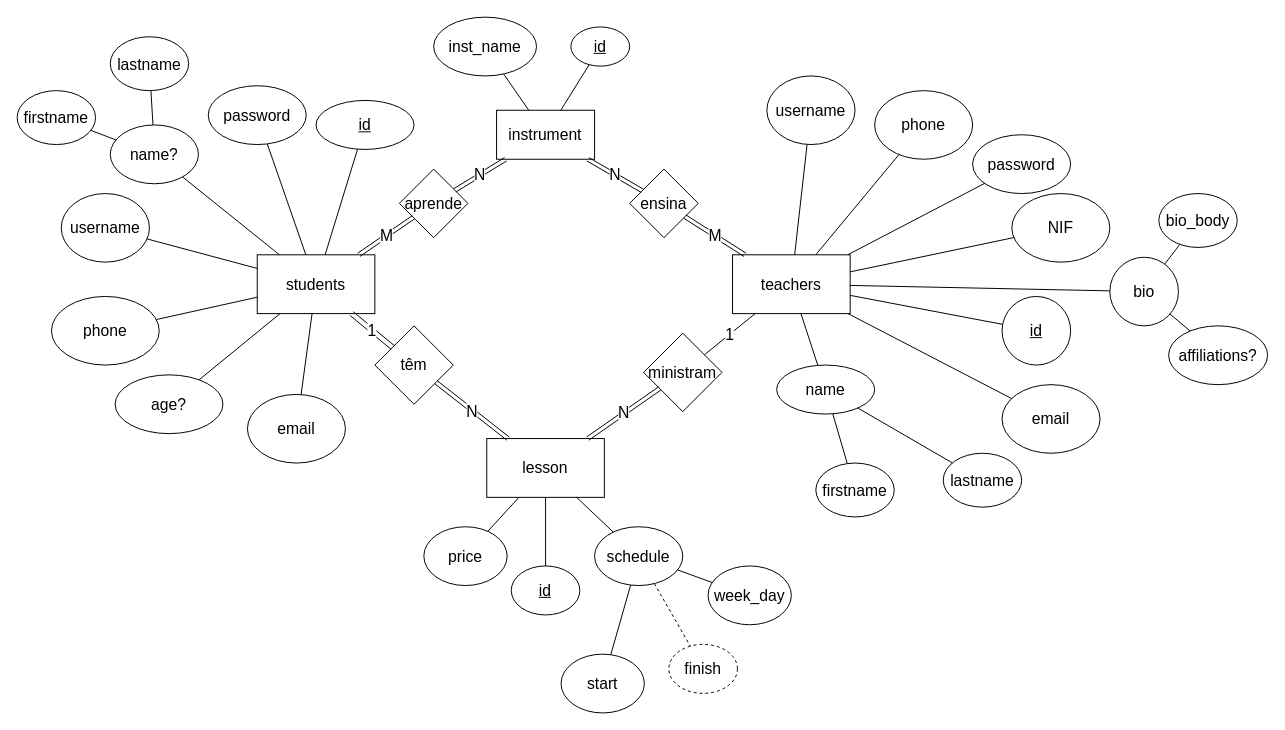
Before: Modelo_inicial.drawio in brenexvex/firstproject, a draw.io diagram. Source tidied: cells renumbered, new cells numbered last; positions are measured from the earlier drawing's top-left corner, leaving out a move shared by most shapes. Both pictures are drawn from the tidied source at 98%, with x=0, y=0 at pixel (17, 17).
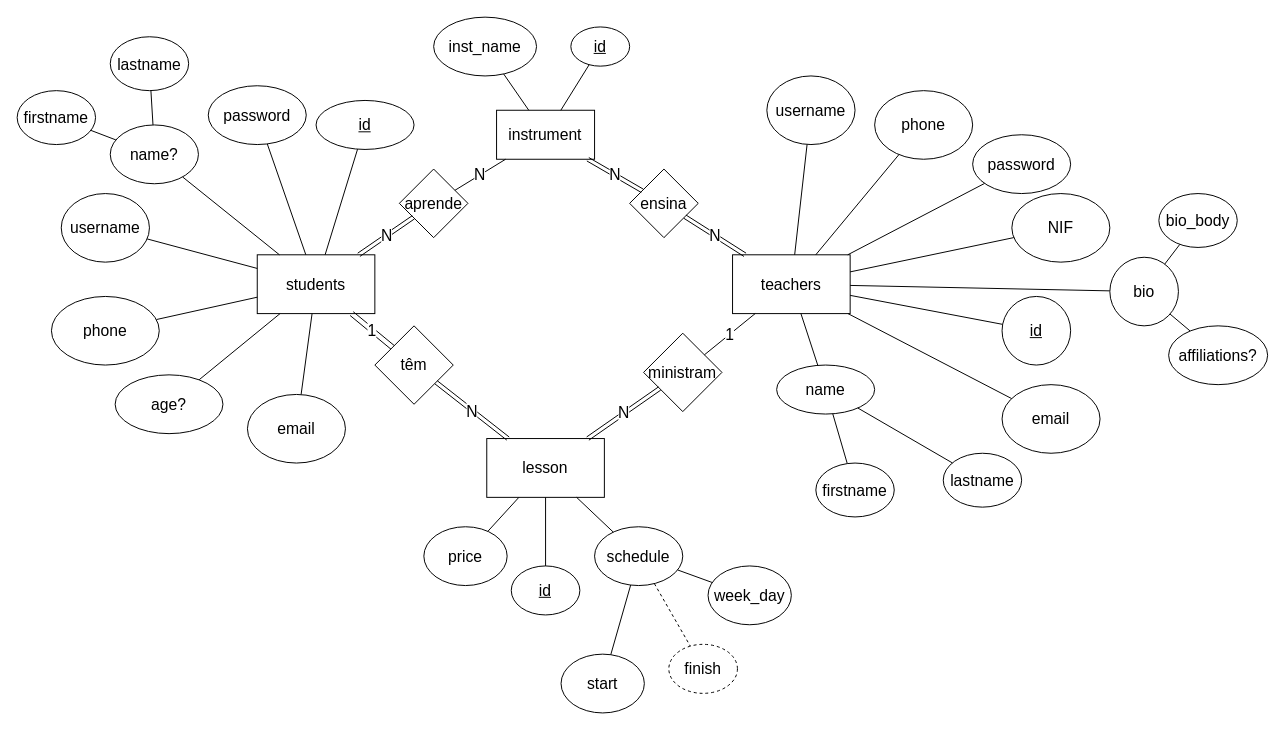
The same diagram, later.

Unchanged cells that the change refers to:
```xml
<mxCell id="2" value="students" style="rounded=0;whiteSpace=wrap;html=1;fontSize=16;" parent="1" vertex="1">
  <mxGeometry x="245" y="242.5" width="120" height="60" as="geometry" />
</mxCell>
<mxCell id="14" value="teachers" style="rounded=0;whiteSpace=wrap;html=1;fontSize=16;" parent="1" vertex="1">
  <mxGeometry x="730" y="242.5" width="120" height="60" as="geometry" />
</mxCell>
<mxCell id="44" value="&lt;font style=&quot;font-size: 16px;&quot;&gt;instrument&lt;/font&gt;" style="rounded=0;whiteSpace=wrap;html=1;fontSize=16;" parent="1" vertex="1">
  <mxGeometry x="489.2" y="95" width="100" height="50" as="geometry" />
</mxCell>
<mxCell id="45" value="&lt;font style=&quot;font-size: 16px;&quot;&gt;aprende&lt;/font&gt;" style="rhombus;whiteSpace=wrap;html=1;fontSize=16;" parent="1" vertex="1">
  <mxGeometry x="390" y="155" width="70" height="70" as="geometry" />
</mxCell>
<mxCell id="46" value="&lt;font style=&quot;font-size: 16px;&quot;&gt;ensina&lt;/font&gt;" style="rhombus;whiteSpace=wrap;html=1;fontSize=16;" parent="1" vertex="1">
  <mxGeometry x="625" y="155" width="70" height="70" as="geometry" />
</mxCell>
```

Diff of the diagram source:
```diff
@@
-    <mxCell id="47" value="M" style="shape=link;html=1;fontSize=16;" parent="1" edge="1" source="2" target="45">
+    <mxCell id="47" value="N" style="shape=link;html=1;fontSize=16;" parent="1" edge="1" source="2" target="45">
       <mxGeometry relative="1" as="geometry" />
     </mxCell>
-    <mxCell id="48" value="N" style="shape=link;html=1;fontSize=16;" parent="1" edge="1" source="45" target="44">
-      <mxGeometry relative="1" as="geometry" />
-    </mxCell>
@@
-    <mxCell id="50" value="M" style="shape=link;html=1;fontSize=16;" parent="1" edge="1" source="46" target="14">
+    <mxCell id="50" value="N" style="shape=link;html=1;fontSize=16;" parent="1" edge="1" source="46" target="14">
       <mxGeometry relative="1" as="geometry" />
     </mxCell>
@@
+    <mxCell id="48" value="N" style="endArrow=none;html=1;fontSize=16;" parent="1" edge="1" source="45" target="44">
+      <mxGeometry relative="1" as="geometry" />
+    </mxCell>
```
